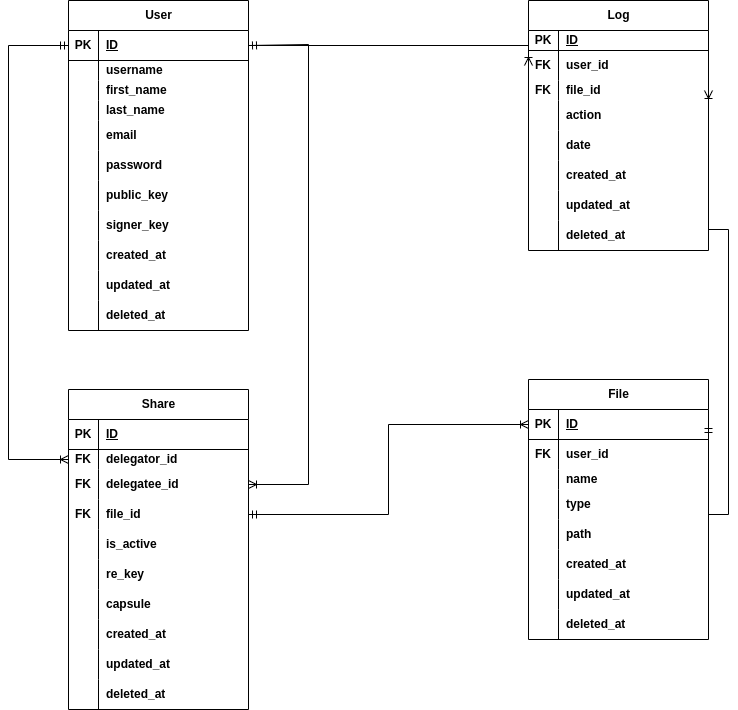
Earlier version of the draw.io export Figures/system_schemes/database.drawio.png (myagmartseren/pre_report). Source tidied: cells renumbered, new cells last; positions are measured from the earlier drawing's top-left corner, leaving out a move shared by most shapes.
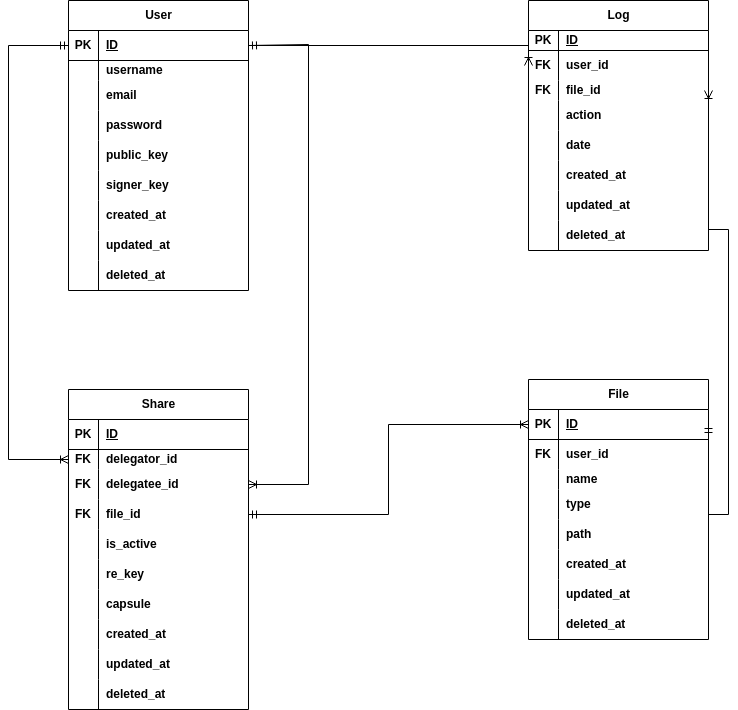
Above is the later version.

What changed in the source:
```diff
@@ -171,7 +171,7 @@
       <mxGeometry x="30" width="150" height="30" as="geometry" />
     </mxCell>
     <mxCell id="58" value="&lt;b&gt;User&lt;/b&gt;" style="shape=table;startSize=30;rowLines=0;fontStyle=0;align=center;html=1;" parent="1" vertex="1">
-      <mxGeometry x="60" width="180" height="330" as="geometry" />
+      <mxGeometry x="60" width="180" height="290" as="geometry" />
     </mxCell>
     <mxCell id="59" style="shape=tableRow;horizontal=0;startSize=0;swimlaneHead=0;swimlaneBody=0;fillColor=none;points=[[0,0.5],[1,0.5]];portConstraint=eastwest;top=0;left=0;right=0;bottom=1;" parent="58" vertex="1">
       <mxGeometry y="30" width="180" height="30" as="geometry" />
@@ -191,26 +191,8 @@
     <mxCell id="64" value="&lt;b&gt;username&lt;/b&gt;" style="shape=partialRectangle;fillColor=none;top=0;left=0;bottom=0;right=0;align=left;spacingLeft=6;overflow=hidden;whiteSpace=wrap;html=1;" parent="62" vertex="1">
       <mxGeometry x="30" width="150" height="20" as="geometry" />
     </mxCell>
-    <mxCell id="65" style="shape=tableRow;horizontal=0;startSize=0;swimlaneHead=0;swimlaneBody=0;fillColor=none;top=0;left=0;right=0;bottom=0;" parent="58" vertex="1">
-      <mxGeometry y="80" width="180" height="20" as="geometry" />
-    </mxCell>
-    <mxCell id="66" style="shape=partialRectangle;fillColor=none;top=0;left=0;bottom=0;right=0;overflow=hidden;whiteSpace=wrap;html=1;" parent="65" vertex="1">
-      <mxGeometry width="30" height="20" as="geometry" />
-    </mxCell>
-    <mxCell id="67" value="&lt;b&gt;first_name&lt;/b&gt;" style="shape=partialRectangle;fillColor=none;top=0;left=0;bottom=0;right=0;align=left;spacingLeft=6;overflow=hidden;whiteSpace=wrap;html=1;" parent="65" vertex="1">
-      <mxGeometry x="30" width="150" height="20" as="geometry" />
-    </mxCell>
-    <mxCell id="68" style="shape=tableRow;horizontal=0;startSize=0;swimlaneHead=0;swimlaneBody=0;fillColor=none;top=0;left=0;right=0;bottom=0;" parent="58" vertex="1">
-      <mxGeometry y="100" width="180" height="20" as="geometry" />
-    </mxCell>
-    <mxCell id="69" style="shape=partialRectangle;fillColor=none;top=0;left=0;bottom=0;right=0;overflow=hidden;whiteSpace=wrap;html=1;" parent="68" vertex="1">
-      <mxGeometry width="30" height="20" as="geometry" />
-    </mxCell>
-    <mxCell id="70" value="&lt;b&gt;last_name&lt;/b&gt;" style="shape=partialRectangle;fillColor=none;top=0;left=0;bottom=0;right=0;align=left;spacingLeft=6;overflow=hidden;whiteSpace=wrap;html=1;" parent="68" vertex="1">
-      <mxGeometry x="30" width="150" height="20" as="geometry" />
-    </mxCell>
     <mxCell id="71" style="shape=tableRow;horizontal=0;startSize=0;swimlaneHead=0;swimlaneBody=0;fillColor=none;top=0;left=0;right=0;bottom=0;" parent="58" vertex="1">
-      <mxGeometry y="120" width="180" height="30" as="geometry" />
+      <mxGeometry y="80" width="180" height="30" as="geometry" />
     </mxCell>
     <mxCell id="72" style="shape=partialRectangle;fillColor=none;top=0;left=0;bottom=0;right=0;overflow=hidden;whiteSpace=wrap;html=1;" parent="71" vertex="1">
       <mxGeometry width="30" height="30" as="geometry" />
@@ -219,7 +201,7 @@
       <mxGeometry x="30" width="150" height="30" as="geometry" />
     </mxCell>
     <mxCell id="74" style="shape=tableRow;horizontal=0;startSize=0;swimlaneHead=0;swimlaneBody=0;fillColor=none;top=0;left=0;right=0;bottom=0;" parent="58" vertex="1">
-      <mxGeometry y="150" width="180" height="30" as="geometry" />
+      <mxGeometry y="110" width="180" height="30" as="geometry" />
     </mxCell>
     <mxCell id="75" style="shape=partialRectangle;fillColor=none;top=0;left=0;bottom=0;right=0;overflow=hidden;whiteSpace=wrap;html=1;" parent="74" vertex="1">
       <mxGeometry width="30" height="30" as="geometry" />
@@ -228,7 +210,7 @@
       <mxGeometry x="30" width="150" height="30" as="geometry" />
     </mxCell>
     <mxCell id="77" style="shape=tableRow;horizontal=0;startSize=0;swimlaneHead=0;swimlaneBody=0;fillColor=none;top=0;left=0;right=0;bottom=0;" parent="58" vertex="1">
-      <mxGeometry y="180" width="180" height="30" as="geometry" />
+      <mxGeometry y="140" width="180" height="30" as="geometry" />
     </mxCell>
     <mxCell id="78" style="shape=partialRectangle;fillColor=none;top=0;left=0;bottom=0;right=0;overflow=hidden;whiteSpace=wrap;html=1;" parent="77" vertex="1">
       <mxGeometry width="30" height="30" as="geometry" />
@@ -237,7 +219,7 @@
       <mxGeometry x="30" width="150" height="30" as="geometry" />
     </mxCell>
     <mxCell id="80" style="shape=tableRow;horizontal=0;startSize=0;swimlaneHead=0;swimlaneBody=0;fillColor=none;top=0;left=0;right=0;bottom=0;" parent="58" vertex="1">
-      <mxGeometry y="210" width="180" height="30" as="geometry" />
+      <mxGeometry y="170" width="180" height="30" as="geometry" />
     </mxCell>
     <mxCell id="81" style="shape=partialRectangle;fillColor=none;top=0;left=0;bottom=0;right=0;overflow=hidden;whiteSpace=wrap;html=1;" parent="80" vertex="1">
       <mxGeometry width="30" height="30" as="geometry" />
@@ -246,7 +228,7 @@
       <mxGeometry x="30" width="150" height="30" as="geometry" />
     </mxCell>
     <mxCell id="83" style="shape=tableRow;horizontal=0;startSize=0;swimlaneHead=0;swimlaneBody=0;fillColor=none;top=0;left=0;right=0;bottom=0;" parent="58" vertex="1">
-      <mxGeometry y="240" width="180" height="30" as="geometry" />
+      <mxGeometry y="200" width="180" height="30" as="geometry" />
     </mxCell>
     <mxCell id="84" style="shape=partialRectangle;fillColor=none;top=0;left=0;bottom=0;right=0;overflow=hidden;whiteSpace=wrap;html=1;" parent="83" vertex="1">
       <mxGeometry width="30" height="30" as="geometry" />
@@ -255,7 +237,7 @@
       <mxGeometry x="30" width="150" height="30" as="geometry" />
     </mxCell>
     <mxCell id="86" style="shape=tableRow;horizontal=0;startSize=0;swimlaneHead=0;swimlaneBody=0;fillColor=none;top=0;left=0;right=0;bottom=0;" parent="58" vertex="1">
-      <mxGeometry y="270" width="180" height="30" as="geometry" />
+      <mxGeometry y="230" width="180" height="30" as="geometry" />
     </mxCell>
     <mxCell id="87" style="shape=partialRectangle;fillColor=none;top=0;left=0;bottom=0;right=0;overflow=hidden;whiteSpace=wrap;html=1;" parent="86" vertex="1">
       <mxGeometry width="30" height="30" as="geometry" />
@@ -264,7 +246,7 @@
       <mxGeometry x="30" width="150" height="30" as="geometry" />
     </mxCell>
     <mxCell id="89" style="shape=tableRow;horizontal=0;startSize=0;swimlaneHead=0;swimlaneBody=0;fillColor=none;top=0;left=0;right=0;bottom=0;" parent="58" vertex="1">
-      <mxGeometry y="300" width="180" height="30" as="geometry" />
+      <mxGeometry y="260" width="180" height="30" as="geometry" />
     </mxCell>
     <mxCell id="90" style="shape=partialRectangle;fillColor=none;top=0;left=0;bottom=0;right=0;overflow=hidden;whiteSpace=wrap;html=1;" parent="89" vertex="1">
       <mxGeometry width="30" height="30" as="geometry" />
```
